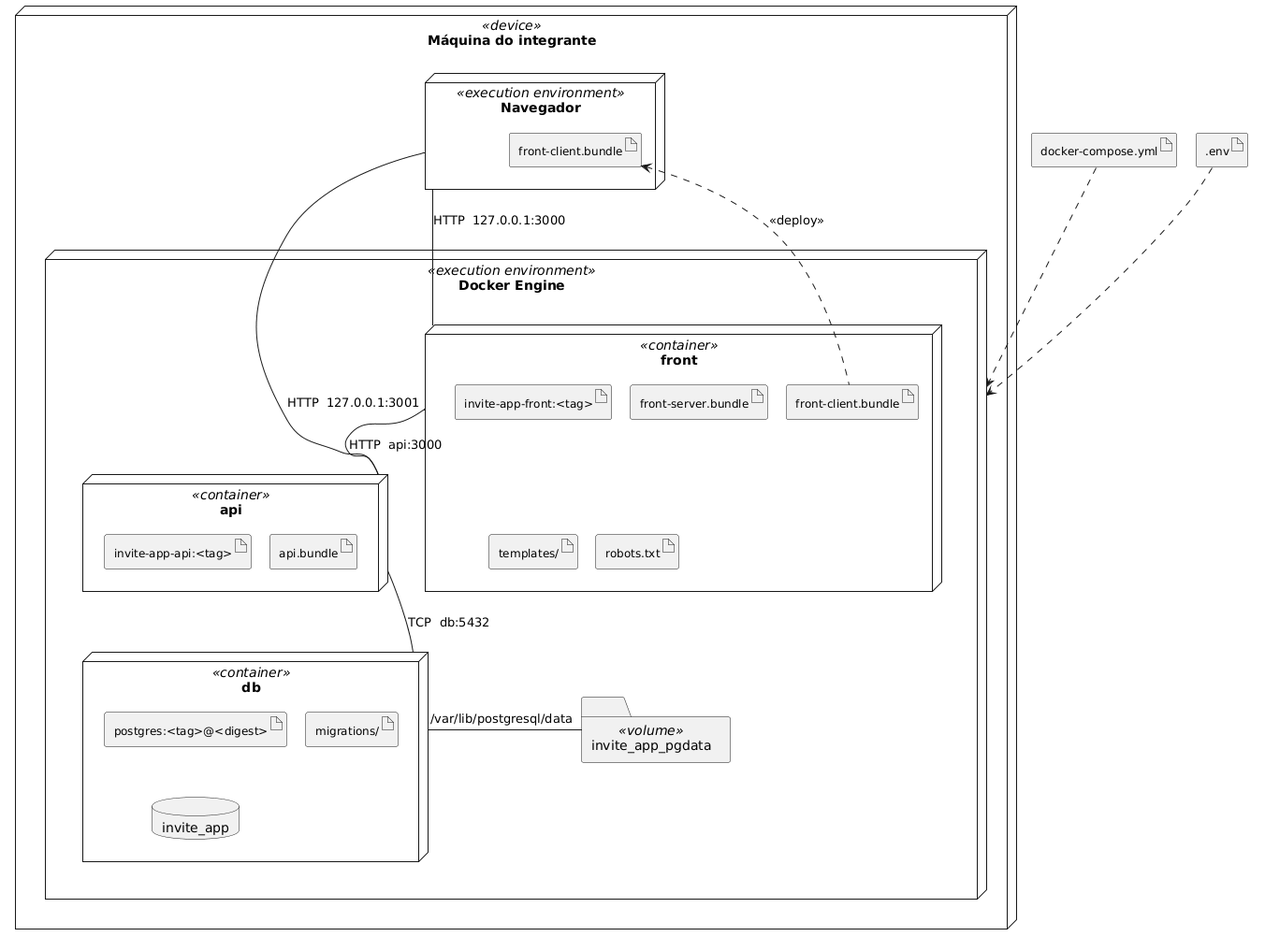
This is docs/.attachments/diagrama-de-implantacao.png from tcpassos/invite-app, a PlantUML export, as it was before one commit.
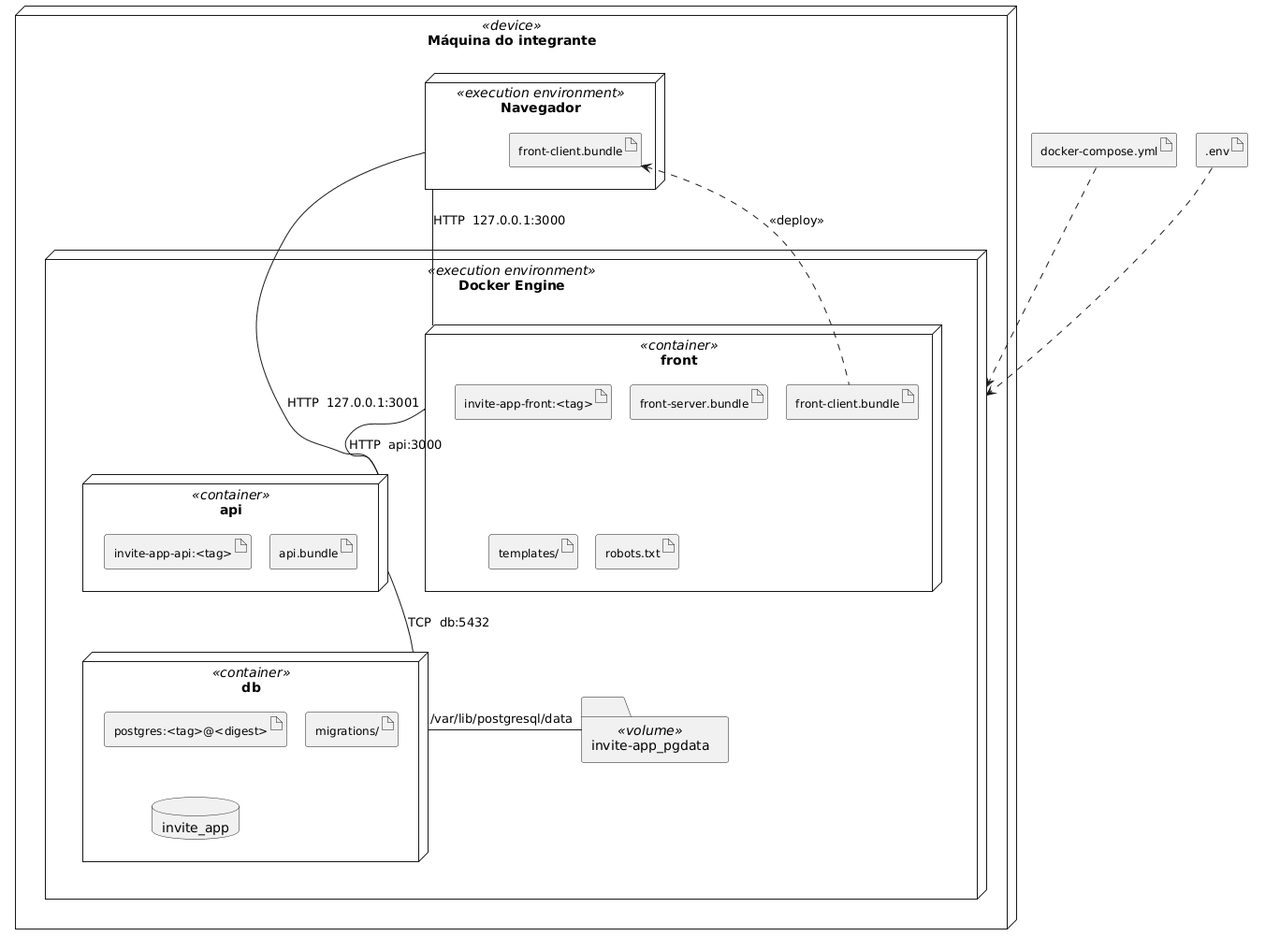
The same diagram one commit later.

Commit message:
docs: nome do volume no diagrama de implantação

Change to the diagram source:
```diff
@@ -34,7 +34,7 @@
       database "invite_app" as DB
     }
 
-    folder "invite_app_pgdata" <<volume>> as VOL
+    folder "invite-app_pgdata" <<volume>> as VOL
   }
 }
 
```
